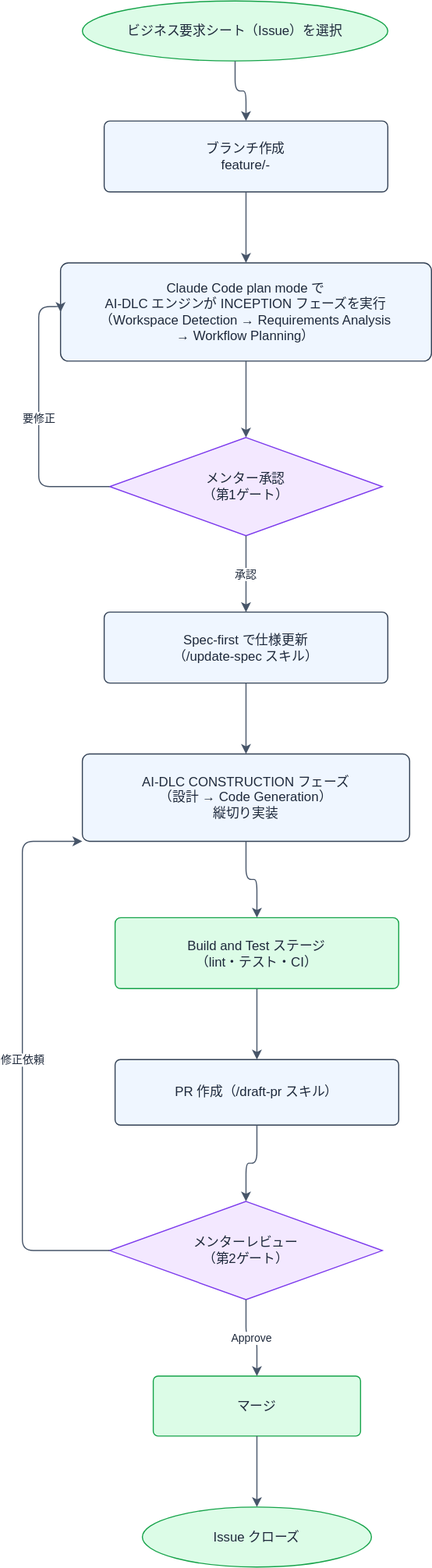
This is Docs/diagrams/guide/dev-workflow-standard.drawio.svg from CHS-Training-Org/ai_training_for_chuo_system, a draw.io export, as it was before one commit. Source tidied: cells renumbered, new cells last; positions are measured from the earlier drawing's top-left corner, leaving out a move shared by most shapes.
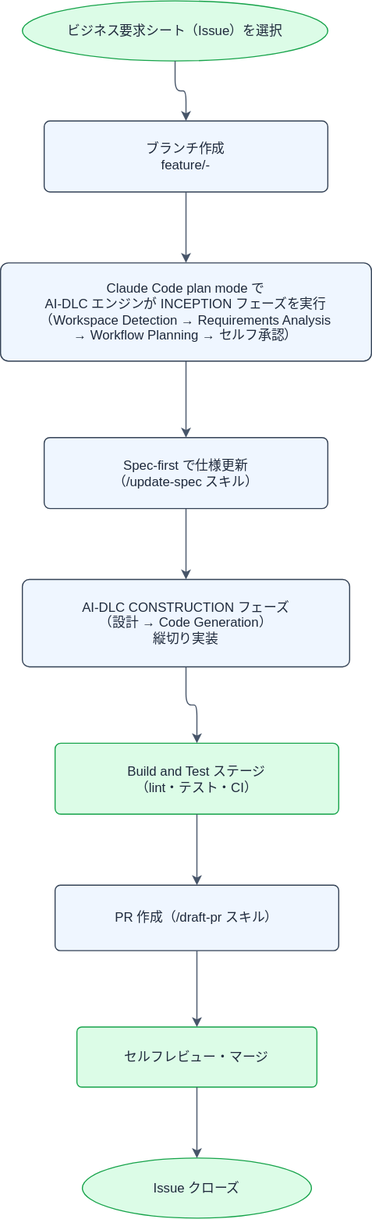
After the change.

Diff of the diagram source:
```diff
@@ -8,32 +8,26 @@
     <mxCell id="3" value="ブランチ作成&#10;feature/&lt;issue番号&gt;-&lt;short-desc&gt;" style="rounded=1;whiteSpace=wrap;html=1;fillColor=#EFF6FF;strokeColor=#334155;fontColor=#1E293B;arcSize=8;" parent="1" vertex="1">
       <mxGeometry x="75" y="110" width="260" height="65" as="geometry" />
     </mxCell>
-    <mxCell id="4" value="Claude Code plan mode で&#10;AI-DLC エンジンが INCEPTION フェーズを実行&#10;（Workspace Detection → Requirements Analysis&#10;→ Workflow Planning）" style="rounded=1;whiteSpace=wrap;html=1;fillColor=#EFF6FF;strokeColor=#334155;fontColor=#1E293B;arcSize=8;" parent="1" vertex="1">
+    <mxCell id="4" value="Claude Code plan mode で&#10;AI-DLC エンジンが INCEPTION フェーズを実行&#10;（Workspace Detection → Requirements Analysis&#10;→ Workflow Planning → セルフ承認）" style="rounded=1;whiteSpace=wrap;html=1;fillColor=#EFF6FF;strokeColor=#334155;fontColor=#1E293B;arcSize=8;" parent="1" vertex="1">
       <mxGeometry x="35" y="240" width="340" height="90" as="geometry" />
     </mxCell>
-    <mxCell id="5" value="メンター承認&#10;（第1ゲート）" style="rhombus;whiteSpace=wrap;html=1;fillColor=#F3E8FF;strokeColor=#7C3AED;fontColor=#1E293B;" parent="1" vertex="1">
-      <mxGeometry x="80" y="400" width="250" height="90" as="geometry" />
-    </mxCell>
     <mxCell id="6" value="Spec-first で仕様更新&#10;（/update-spec スキル）" style="rounded=1;whiteSpace=wrap;html=1;fillColor=#EFF6FF;strokeColor=#334155;fontColor=#1E293B;arcSize=8;" parent="1" vertex="1">
-      <mxGeometry x="75" y="560" width="260" height="65" as="geometry" />
+      <mxGeometry x="75" y="400" width="260" height="65" as="geometry" />
     </mxCell>
     <mxCell id="7" value="AI-DLC CONSTRUCTION フェーズ&#10;（設計 → Code Generation）&#10;縦切り実装" style="rounded=1;whiteSpace=wrap;html=1;fillColor=#EFF6FF;strokeColor=#334155;fontColor=#1E293B;arcSize=8;" parent="1" vertex="1">
-      <mxGeometry x="55" y="690" width="300" height="80" as="geometry" />
+      <mxGeometry x="55" y="530" width="300" height="80" as="geometry" />
     </mxCell>
     <mxCell id="8" value="Build and Test ステージ&#10;（lint・テスト・CI）" style="rounded=1;whiteSpace=wrap;html=1;fillColor=#DCFCE7;strokeColor=#16A34A;fontColor=#1E293B;arcSize=8;" parent="1" vertex="1">
-      <mxGeometry x="85" y="840" width="260" height="65" as="geometry" />
+      <mxGeometry x="85" y="680" width="260" height="65" as="geometry" />
     </mxCell>
     <mxCell id="9" value="PR 作成（/draft-pr スキル）" style="rounded=1;whiteSpace=wrap;html=1;fillColor=#EFF6FF;strokeColor=#334155;fontColor=#1E293B;arcSize=8;" parent="1" vertex="1">
-      <mxGeometry x="85" y="970" width="260" height="60" as="geometry" />
+      <mxGeometry x="85" y="810" width="260" height="60" as="geometry" />
     </mxCell>
-    <mxCell id="10" value="メンターレビュー&#10;（第2ゲート）" style="rhombus;whiteSpace=wrap;html=1;fillColor=#F3E8FF;strokeColor=#7C3AED;fontColor=#1E293B;" parent="1" vertex="1">
-      <mxGeometry x="80" y="1100" width="250" height="90" as="geometry" />
-    </mxCell>
-    <mxCell id="11" value="マージ" style="rounded=1;whiteSpace=wrap;html=1;fillColor=#DCFCE7;strokeColor=#16A34A;fontColor=#1E293B;arcSize=8;" parent="1" vertex="1">
-      <mxGeometry x="120" y="1260" width="190" height="55" as="geometry" />
+    <mxCell id="11" value="セルフレビュー・マージ" style="rounded=1;whiteSpace=wrap;html=1;fillColor=#DCFCE7;strokeColor=#16A34A;fontColor=#1E293B;arcSize=8;" parent="1" vertex="1">
+      <mxGeometry x="105" y="940" width="220" height="55" as="geometry" />
     </mxCell>
     <mxCell id="12" value="Issue クローズ" style="ellipse;whiteSpace=wrap;html=1;fillColor=#DCFCE7;strokeColor=#16A34A;fontColor=#1E293B;" parent="1" vertex="1">
-      <mxGeometry x="110" y="1380" width="210" height="55" as="geometry" />
+      <mxGeometry x="110" y="1060" width="210" height="55" as="geometry" />
     </mxCell>
     <mxCell id="13" style="edgeStyle=orthogonalEdgeStyle;rounded=1;jettySize=auto;html=1;strokeColor=#475569;" parent="1" edge="1" source="2" target="3">
       <mxGeometry relative="1" as="geometry" />
@@ -41,20 +35,9 @@
     <mxCell id="14" style="edgeStyle=orthogonalEdgeStyle;rounded=1;jettySize=auto;html=1;strokeColor=#475569;" parent="1" edge="1" source="3" target="4">
       <mxGeometry relative="1" as="geometry" />
     </mxCell>
-    <mxCell id="15" style="edgeStyle=orthogonalEdgeStyle;rounded=1;jettySize=auto;html=1;strokeColor=#475569;" parent="1" edge="1" source="4" target="5">
+    <mxCell id="15" style="edgeStyle=orthogonalEdgeStyle;rounded=1;jettySize=auto;html=1;strokeColor=#475569;" parent="1" edge="1" source="4" target="6">
       <mxGeometry relative="1" as="geometry" />
     </mxCell>
-    <mxCell id="16" value="承認" style="edgeStyle=orthogonalEdgeStyle;rounded=1;jettySize=auto;html=1;strokeColor=#475569;fontColor=#1E293B;fontSize=10;exitX=0.5;exitY=1;exitDx=0;exitDy=0;entryX=0.5;entryY=0;entryDx=0;entryDy=0;" parent="1" edge="1" source="5" target="6">
-      <mxGeometry relative="1" as="geometry" />
-    </mxCell>
-    <mxCell id="17" value="要修正" style="edgeStyle=orthogonalEdgeStyle;rounded=1;jettySize=auto;html=1;strokeColor=#475569;fontColor=#1E293B;fontSize=10;exitX=0;exitY=0.5;exitDx=0;exitDy=0;entryX=0;entryY=0.5;entryDx=0;entryDy=0;" parent="1" edge="1" source="5" target="4">
-      <mxGeometry relative="1" as="geometry">
-        <Array as="points">
-          <mxPoint x="15" y="445" />
-          <mxPoint x="15" y="280" />
-        </Array>
-      </mxGeometry>
-    </mxCell>
     <mxCell id="18" style="edgeStyle=orthogonalEdgeStyle;rounded=1;jettySize=auto;html=1;strokeColor=#475569;" parent="1" edge="1" source="6" target="7">
       <mxGeometry relative="1" as="geometry" />
     </mxCell>
@@ -64,20 +47,9 @@
     <mxCell id="20" style="edgeStyle=orthogonalEdgeStyle;rounded=1;jettySize=auto;html=1;strokeColor=#475569;" parent="1" edge="1" source="8" target="9">
       <mxGeometry relative="1" as="geometry" />
     </mxCell>
-    <mxCell id="21" style="edgeStyle=orthogonalEdgeStyle;rounded=1;jettySize=auto;html=1;strokeColor=#475569;" parent="1" edge="1" source="9" target="10">
+    <mxCell id="21" style="edgeStyle=orthogonalEdgeStyle;rounded=1;jettySize=auto;html=1;strokeColor=#475569;" parent="1" edge="1" source="9" target="11">
       <mxGeometry relative="1" as="geometry" />
     </mxCell>
-    <mxCell id="22" value="Approve" style="edgeStyle=orthogonalEdgeStyle;rounded=1;jettySize=auto;html=1;strokeColor=#475569;fontColor=#1E293B;fontSize=10;exitX=0.5;exitY=1;exitDx=0;exitDy=0;entryX=0.5;entryY=0;entryDx=0;entryDy=0;" parent="1" edge="1" source="10" target="11">
-      <mxGeometry relative="1" as="geometry" />
-    </mxCell>
-    <mxCell id="23" value="修正依頼" style="edgeStyle=orthogonalEdgeStyle;rounded=1;jettySize=auto;html=1;strokeColor=#475569;fontColor=#1E293B;fontSize=10;exitX=0;exitY=0.5;exitDx=0;exitDy=0;entryX=0;entryY=1;entryDx=0;entryDy=0;" parent="1" edge="1" source="10" target="7">
-      <mxGeometry relative="1" as="geometry">
-        <Array as="points">
-          <mxPoint y="1145" />
-          <mxPoint y="770" />
-        </Array>
-      </mxGeometry>
-    </mxCell>
     <mxCell id="24" style="edgeStyle=orthogonalEdgeStyle;rounded=1;jettySize=auto;html=1;strokeColor=#475569;" parent="1" edge="1" source="11" target="12">
       <mxGeometry relative="1" as="geometry" />
     </mxCell>
```
